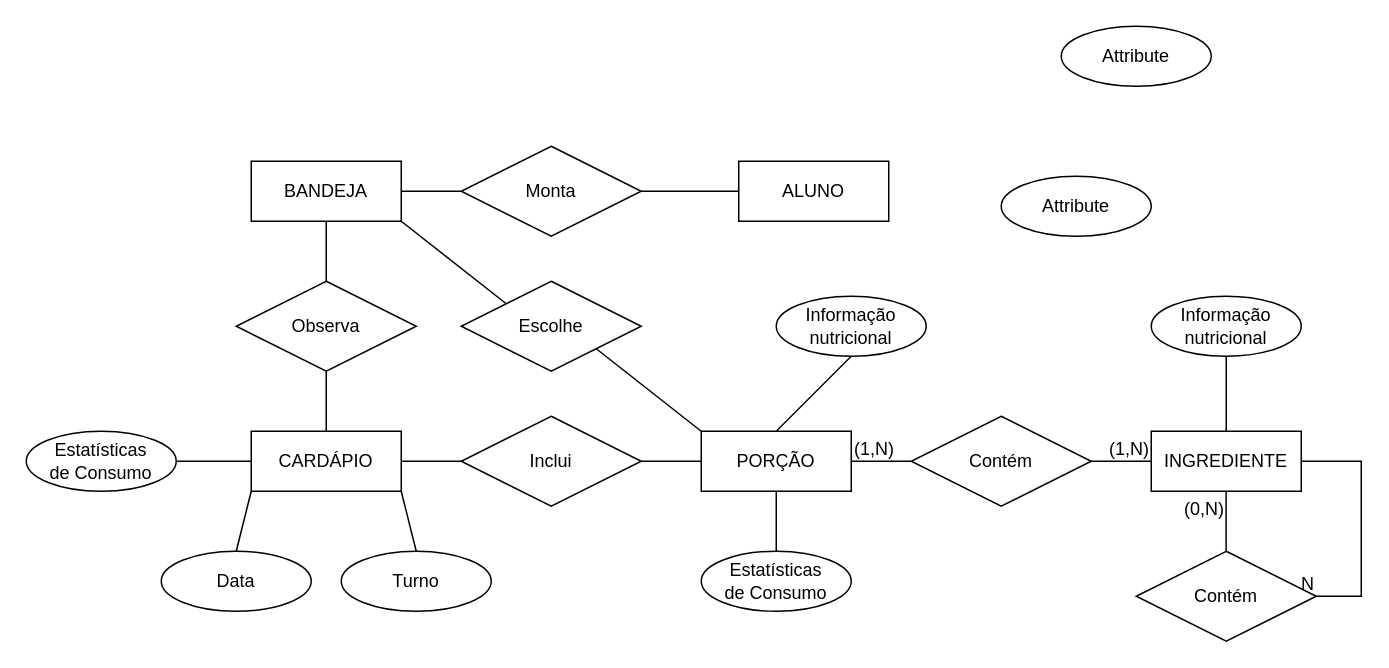
Earlier version of the draw.io diagram Untitled Diagram.drawio (uniaovasko/vasco). Source tidied: cells renumbered, new cells numbered last; positions are measured from the earlier drawing's top-left corner, leaving out a move shared by most shapes. Both pictures are drawn from the tidied source at 150%, with x=0, y=0 at pixel (26, 26).
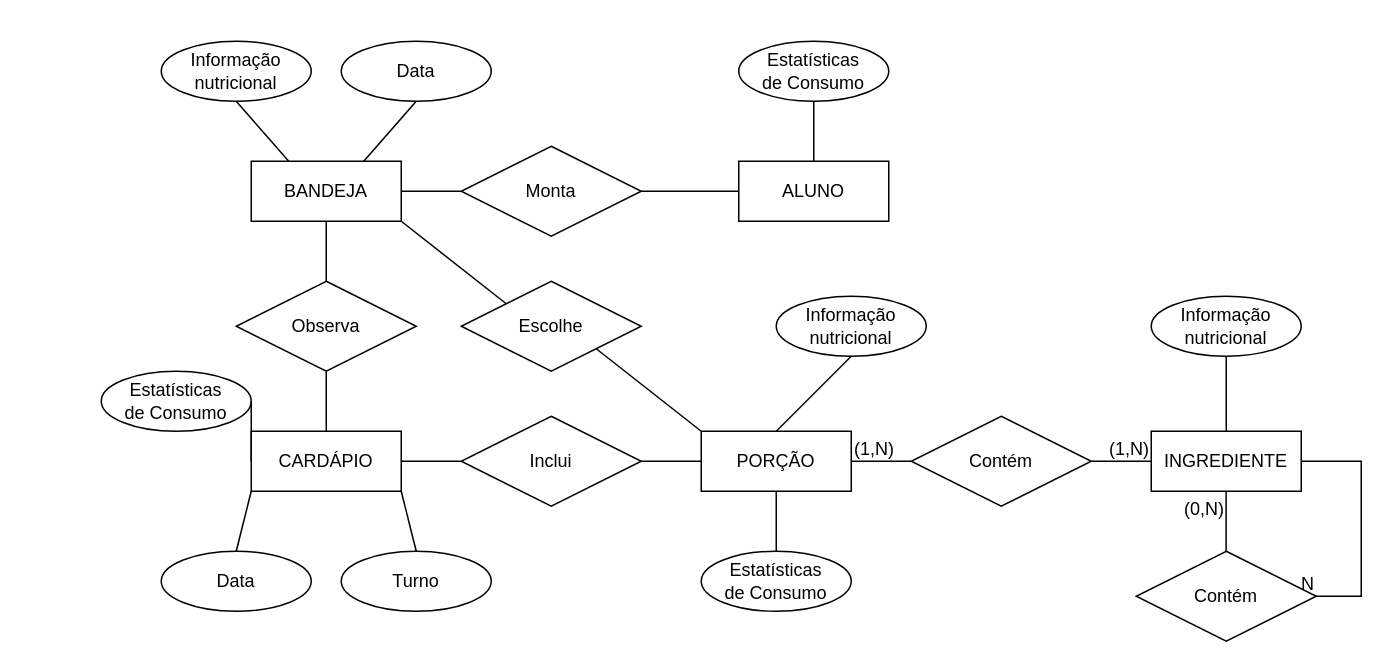
The same diagram, later.

The change refers to these unchanged cells:
```xml
<mxCell id="3" value="BANDEJA" style="whiteSpace=wrap;html=1;align=center;" parent="1" vertex="1">
  <mxGeometry x="150" y="90" width="100" height="40" as="geometry" />
</mxCell>
<mxCell id="4" value="ALUNO" style="whiteSpace=wrap;html=1;align=center;" parent="1" vertex="1">
  <mxGeometry x="475" y="90" width="100" height="40" as="geometry" />
</mxCell>
```

Change to the diagram source:
```diff
@@
-    <mxCell id="28" value="Attribute" style="ellipse;whiteSpace=wrap;html=1;align=center;" parent="1" vertex="1">
-      <mxGeometry x="690" width="100" height="40" as="geometry" />
-    </mxCell>
     <mxCell id="29" value="&lt;div&gt;Estatísticas&lt;/div&gt;&lt;div&gt;de Consumo&lt;br&gt;&lt;/div&gt;" style="ellipse;whiteSpace=wrap;html=1;align=center;" parent="1" vertex="1">
-      <mxGeometry y="270" width="100" height="40" as="geometry" />
+      <mxGeometry x="50" y="230" width="100" height="40" as="geometry" />
     </mxCell>
-    <mxCell id="30" value="Attribute" style="ellipse;whiteSpace=wrap;html=1;align=center;" parent="1" vertex="1">
-      <mxGeometry x="650" y="100" width="100" height="40" as="geometry" />
-    </mxCell>
@@
+    <mxCell id="43" value="&lt;div&gt;Estatísticas&lt;/div&gt;&lt;div&gt;de Consumo&lt;br&gt;&lt;/div&gt;" style="ellipse;whiteSpace=wrap;html=1;align=center;" parent="1" vertex="1">
+      <mxGeometry x="475" y="10" width="100" height="40" as="geometry" />
+    </mxCell>
+    <mxCell id="44" style="endArrow=none;html=1;rounded=0;exitX=0.5;exitY=0;exitDx=0;exitDy=0;entryX=0.5;entryY=1;entryDx=0;entryDy=0;" parent="1" edge="1" source="4" target="43">
+      <mxGeometry relative="1" as="geometry" />
+    </mxCell>
+    <mxCell id="45" value="Informação nutricional" style="ellipse;whiteSpace=wrap;html=1;align=center;" parent="1" vertex="1">
+      <mxGeometry x="90" y="10" width="100" height="40" as="geometry" />
+    </mxCell>
+    <mxCell id="46" value="Data" style="ellipse;whiteSpace=wrap;html=1;align=center;" parent="1" vertex="1">
+      <mxGeometry x="210" y="10" width="100" height="40" as="geometry" />
+    </mxCell>
+    <mxCell id="47" style="endArrow=none;html=1;rounded=0;exitX=0.5;exitY=1;exitDx=0;exitDy=0;entryX=0.25;entryY=0;entryDx=0;entryDy=0;" parent="1" edge="1" source="45" target="3">
+      <mxGeometry relative="1" as="geometry" />
+    </mxCell>
+    <mxCell id="48" style="endArrow=none;html=1;rounded=0;exitX=0.75;exitY=0;exitDx=0;exitDy=0;entryX=0.5;entryY=1;entryDx=0;entryDy=0;" parent="1" edge="1" source="3" target="46">
+      <mxGeometry relative="1" as="geometry" />
+    </mxCell>
```
